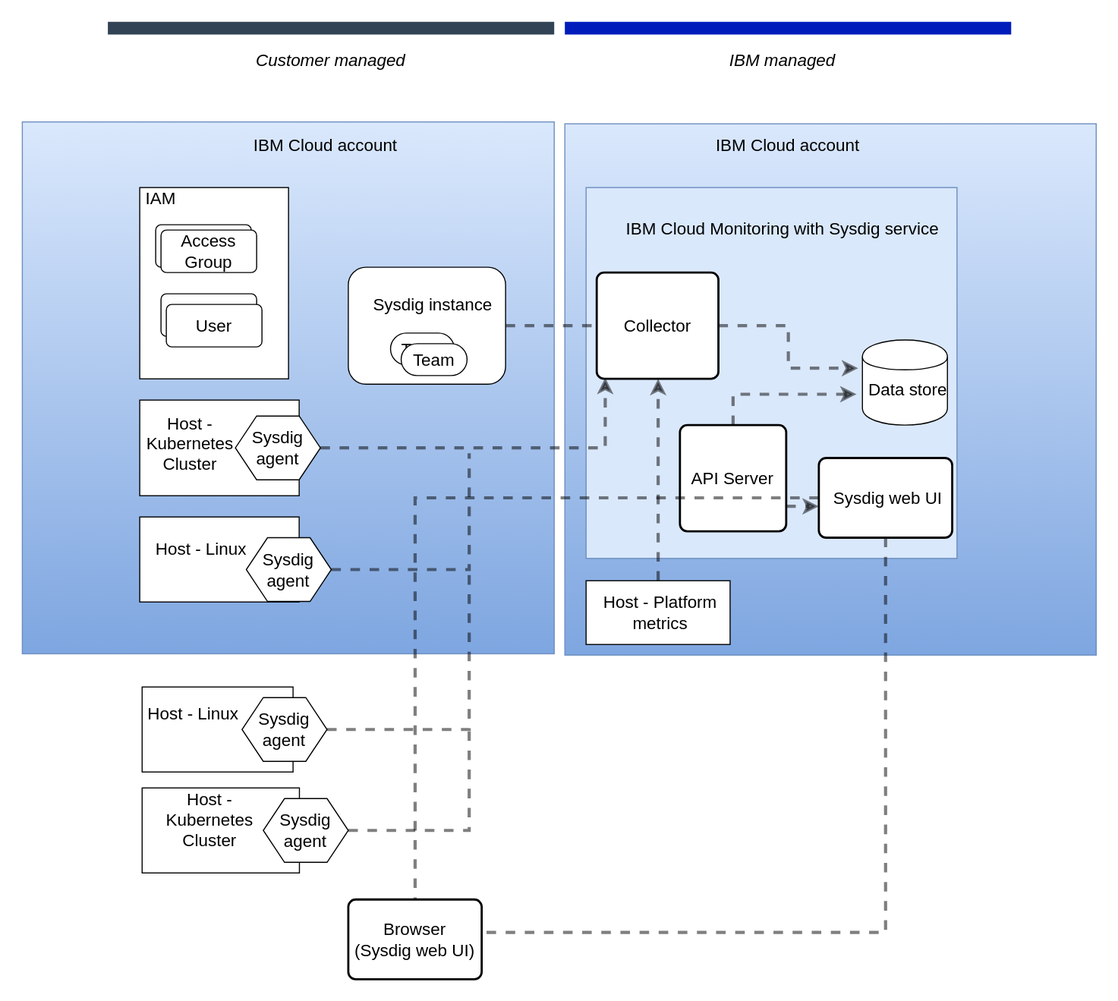
ibm-cloud-docs/monitoring keeps this draw.io diagram as images/Monitoring-arch.svg. Above is the earlier version. Source tidied: cells renumbered, new cells last; positions are measured from the earlier drawing's top-left corner, leaving out a move shared by most shapes.
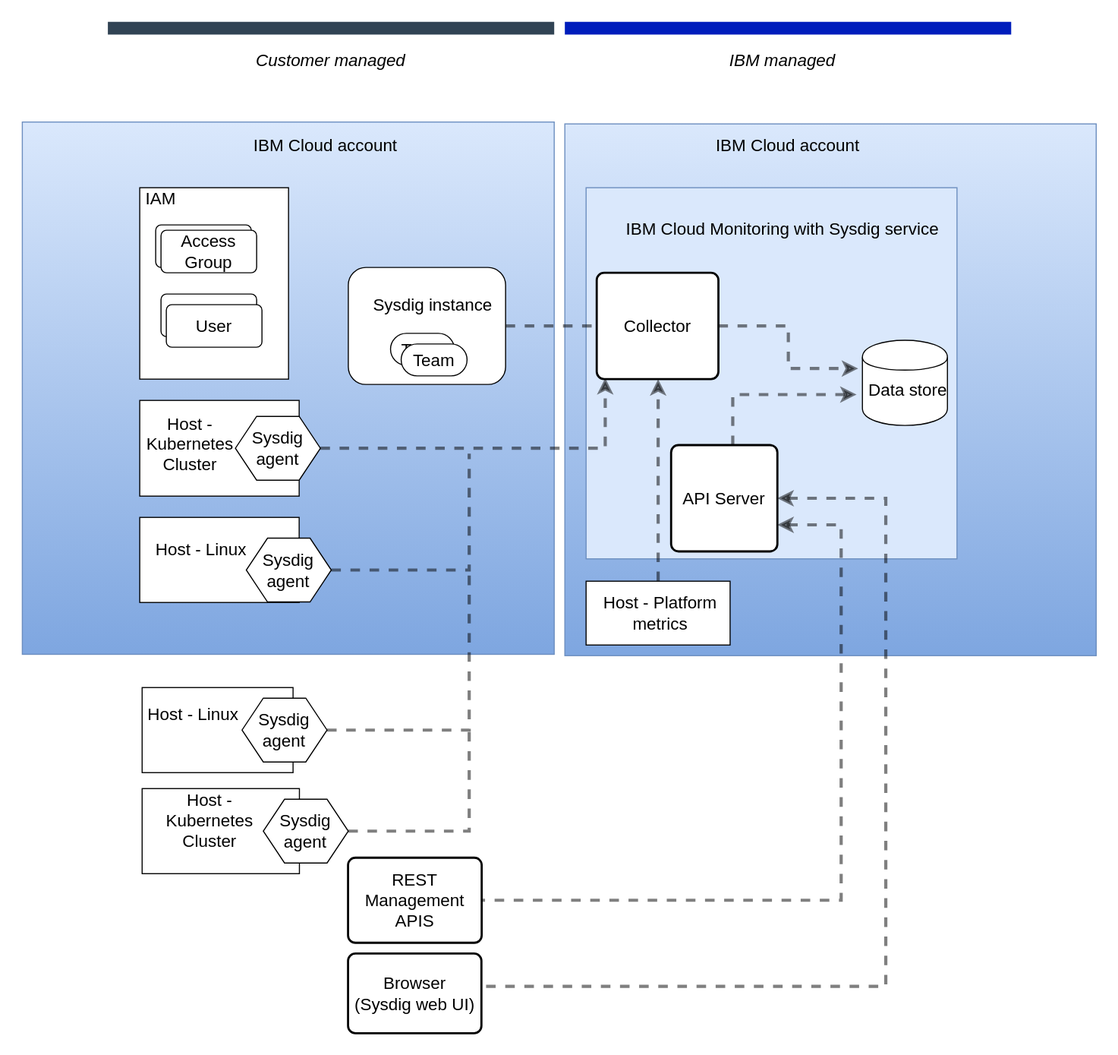
After the change.

The edit, as a diff of the source:
```diff
@@ -91,14 +91,6 @@
     <mxCell id="28" value="&lt;font style=&quot;font-size: 16px&quot;&gt;IBM Cloud Monitoring with Sysdig service&lt;/font&gt; " style="text;html=1;strokeColor=none;fillColor=none;align=center;verticalAlign=middle;whiteSpace=wrap;rounded=0;" parent="1" vertex="1">
       <mxGeometry x="554.5" y="178.5" width="320" height="20" as="geometry" />
     </mxCell>
-    <mxCell id="29" style="edgeStyle=orthogonalEdgeStyle;rounded=0;comic=0;jumpStyle=none;jumpSize=9;jettySize=auto;html=1;strokeColor=#000000;strokeWidth=3;fontSize=16;opacity=50;endSize=6;dashed=1;" parent="1" edge="1" source="31" target="34">
-      <mxGeometry relative="1" as="geometry">
-        <Array as="points">
-          <mxPoint x="730" y="450" />
-          <mxPoint x="730" y="450" />
-        </Array>
-      </mxGeometry>
-    </mxCell>
     <mxCell id="30" style="edgeStyle=orthogonalEdgeStyle;rounded=0;comic=0;jumpStyle=none;jumpSize=9;jettySize=auto;html=1;dashed=1;endSize=6;strokeColor=#000000;strokeWidth=3;fontSize=16;opacity=50;entryX=0;entryY=0.7;entryDx=0;entryDy=0;" parent="1" edge="1" source="31">
       <mxGeometry relative="1" as="geometry">
         <mxPoint x="784.5" y="344.5" as="targetPoint" />
@@ -108,23 +100,18 @@
       </mxGeometry>
     </mxCell>
     <mxCell id="31" value="API Server" style="rounded=1;whiteSpace=wrap;html=1;absoluteArcSize=1;arcSize=14;strokeWidth=2;fontSize=16;" parent="1" vertex="1">
-      <mxGeometry x="618.3" y="373.5" width="100" height="100" as="geometry" />
+      <mxGeometry x="610" y="392" width="100" height="100" as="geometry" />
     </mxCell>
-    <mxCell id="32" style="edgeStyle=orthogonalEdgeStyle;rounded=0;comic=0;jumpStyle=none;jumpSize=9;jettySize=auto;html=1;dashed=1;endArrow=none;endFill=0;endSize=6;strokeColor=#000000;strokeWidth=3;fontSize=16;opacity=50;" parent="1" edge="1" source="34" target="35">
-      <mxGeometry relative="1" as="geometry" />
-    </mxCell>
-    <mxCell id="33" style="edgeStyle=orthogonalEdgeStyle;rounded=0;comic=0;jumpStyle=none;jumpSize=9;jettySize=auto;html=1;dashed=1;endArrow=none;endFill=0;endSize=6;strokeColor=#000000;strokeWidth=3;fontSize=16;opacity=50;entryX=1.018;entryY=0.413;entryDx=0;entryDy=0;entryPerimeter=0;" parent="1" edge="1" source="34" target="35">
+    <mxCell id="33" style="edgeStyle=orthogonalEdgeStyle;rounded=0;comic=0;jumpStyle=none;jumpSize=9;jettySize=auto;html=1;dashed=1;endArrow=none;endFill=0;endSize=6;strokeColor=#000000;strokeWidth=3;fontSize=16;opacity=50;entryX=1.018;entryY=0.413;entryDx=0;entryDy=0;entryPerimeter=0;exitX=1;exitY=0.5;exitDx=0;exitDy=0;startArrow=classic;startFill=1;" parent="1" edge="1" source="31" target="35">
       <mxGeometry relative="1" as="geometry">
         <Array as="points">
-          <mxPoint x="812" y="851" />
+          <mxPoint x="812" y="442" />
+          <mxPoint x="812" y="901" />
         </Array>
       </mxGeometry>
     </mxCell>
-    <mxCell id="34" value="&amp;nbsp;Sysdig web UI" style="rounded=1;whiteSpace=wrap;html=1;absoluteArcSize=1;arcSize=14;strokeWidth=2;fontSize=16;" parent="1" vertex="1">
-      <mxGeometry x="749" y="404.5" width="125.5" height="75" as="geometry" />
-    </mxCell>
     <mxCell id="35" value="&lt;div&gt;Browser&lt;/div&gt;&lt;div&gt;(Sysdig web UI)&lt;br&gt;&lt;/div&gt;" style="rounded=1;whiteSpace=wrap;html=1;absoluteArcSize=1;arcSize=14;strokeWidth=2;fontSize=16;" parent="1" vertex="1">
-      <mxGeometry x="306.2" y="820" width="125.5" height="75" as="geometry" />
+      <mxGeometry x="306" y="870" width="125.5" height="75" as="geometry" />
     </mxCell>
     <mxCell id="36" style="rounded=0;whiteSpace=wrap;html=1;fontSize=16;" parent="1" vertex="1">
       <mxGeometry x="112.2" y="715" width="148" height="80" as="geometry" />
@@ -205,5 +192,16 @@
         <mxPoint x="520" y="400" as="targetPoint" />
       </mxGeometry>
     </mxCell>
+    <mxCell id="56" style="edgeStyle=orthogonalEdgeStyle;rounded=0;comic=0;jumpStyle=none;jumpSize=9;jettySize=auto;html=1;dashed=1;endArrow=none;endFill=0;endSize=6;strokeColor=#000000;strokeWidth=3;fontSize=16;opacity=50;entryX=1;entryY=0.5;entryDx=0;entryDy=0;startArrow=classic;startFill=1;exitX=1;exitY=0.75;exitDx=0;exitDy=0;" parent="1" edge="1" source="31" target="57">
+      <mxGeometry relative="1" as="geometry">
+        <Array as="points">
+          <mxPoint x="770" y="467" />
+          <mxPoint x="770" y="820" />
+        </Array>
+      </mxGeometry>
+    </mxCell>
+    <mxCell id="57" value="REST Management APIS" style="rounded=1;whiteSpace=wrap;html=1;absoluteArcSize=1;arcSize=14;strokeWidth=2;fontSize=16;" parent="1" vertex="1">
+      <mxGeometry x="306" y="780" width="125.7" height="80" as="geometry" />
+    </mxCell>
   </root>
 </mxGraphModel>
```
